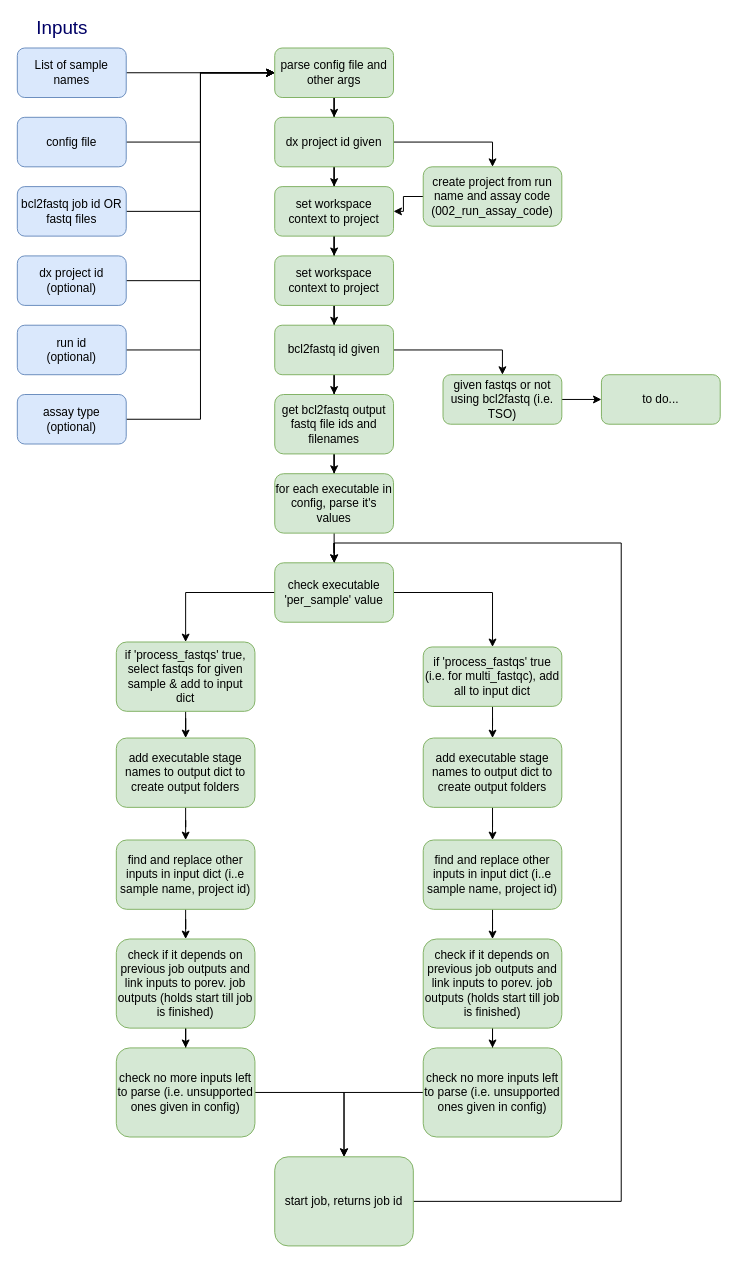
Earlier version of the draw.io diagram images/run_workflows_diagram.drawio (eastgenomics/eggd_conductor). Source tidied: cells renumbered, new cells numbered last; positions are measured from the earlier drawing's top-left corner, leaving out a move shared by most shapes. Both pictures are drawn from the tidied source at 99%, with x=0, y=0 at pixel (17, 18).
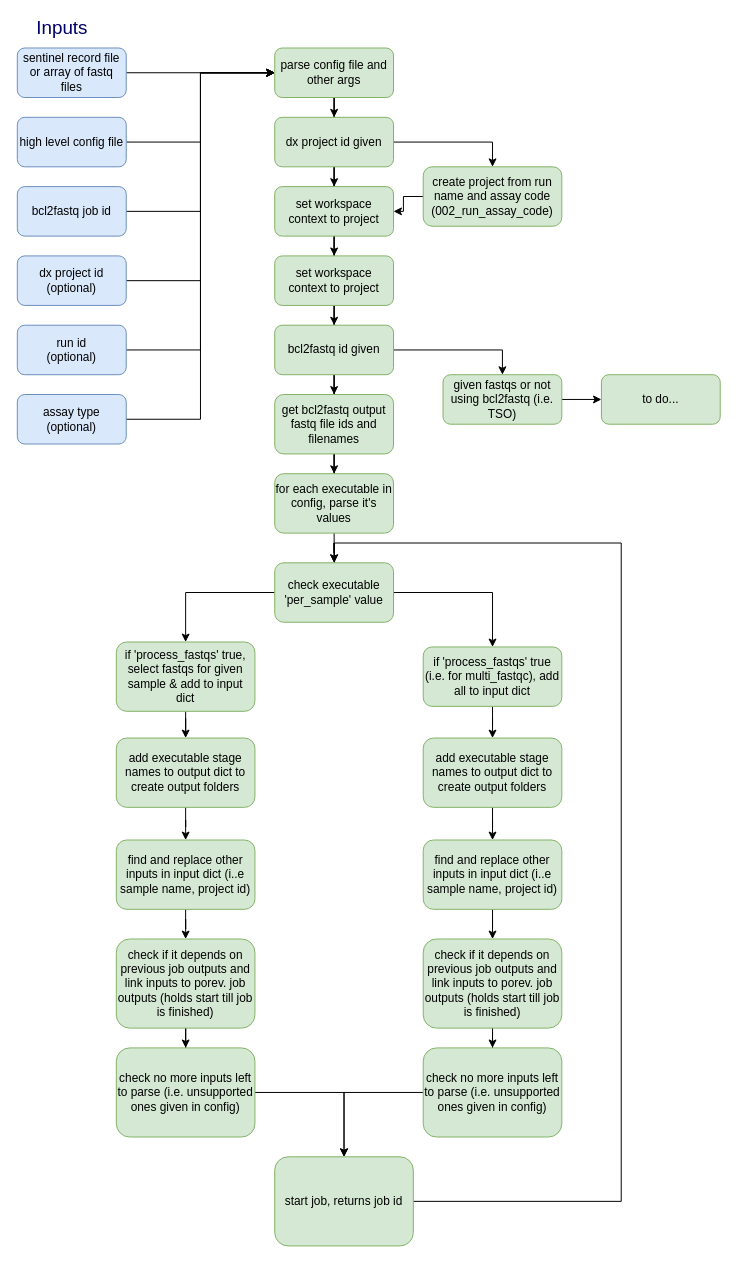
After the change.

What changed in the source:
```diff
@@
-    <mxCell id="3" value="&lt;font color=&quot;#000000&quot;&gt;bcl2fastq job id OR fastq files&lt;/font&gt;" style="rounded=1;whiteSpace=wrap;html=1;fillColor=#dae8fc;strokeColor=#6c8ebf;" parent="1" vertex="1">
+    <mxCell id="3" value="&lt;font color=&quot;#000000&quot;&gt;bcl2fastq job id&lt;/font&gt;" style="rounded=1;whiteSpace=wrap;html=1;fillColor=#dae8fc;strokeColor=#6c8ebf;" parent="1" vertex="1">
       <mxGeometry y="170" width="110" height="50" as="geometry" />
     </mxCell>
@@
-    <mxCell id="5" value="&lt;font color=&quot;#000000&quot;&gt;List of sample names&lt;/font&gt;" style="rounded=1;whiteSpace=wrap;html=1;fillColor=#dae8fc;strokeColor=#6c8ebf;" parent="1" vertex="1">
+    <mxCell id="5" value="&lt;font color=&quot;#000000&quot;&gt;sentinel record file or array of fastq files&lt;/font&gt;" style="rounded=1;whiteSpace=wrap;html=1;fillColor=#dae8fc;strokeColor=#6c8ebf;" parent="1" vertex="1">
       <mxGeometry y="30" width="110" height="50" as="geometry" />
     </mxCell>
@@
-    <mxCell id="7" value="&lt;font color=&quot;#000000&quot;&gt;config file&lt;/font&gt;" style="rounded=1;whiteSpace=wrap;html=1;fillColor=#dae8fc;strokeColor=#6c8ebf;" parent="1" vertex="1">
+    <mxCell id="7" value="&lt;font color=&quot;#000000&quot;&gt;high level config file&lt;/font&gt;" style="rounded=1;whiteSpace=wrap;html=1;fillColor=#dae8fc;strokeColor=#6c8ebf;" parent="1" vertex="1">
       <mxGeometry y="100" width="110" height="50" as="geometry" />
     </mxCell>
```
